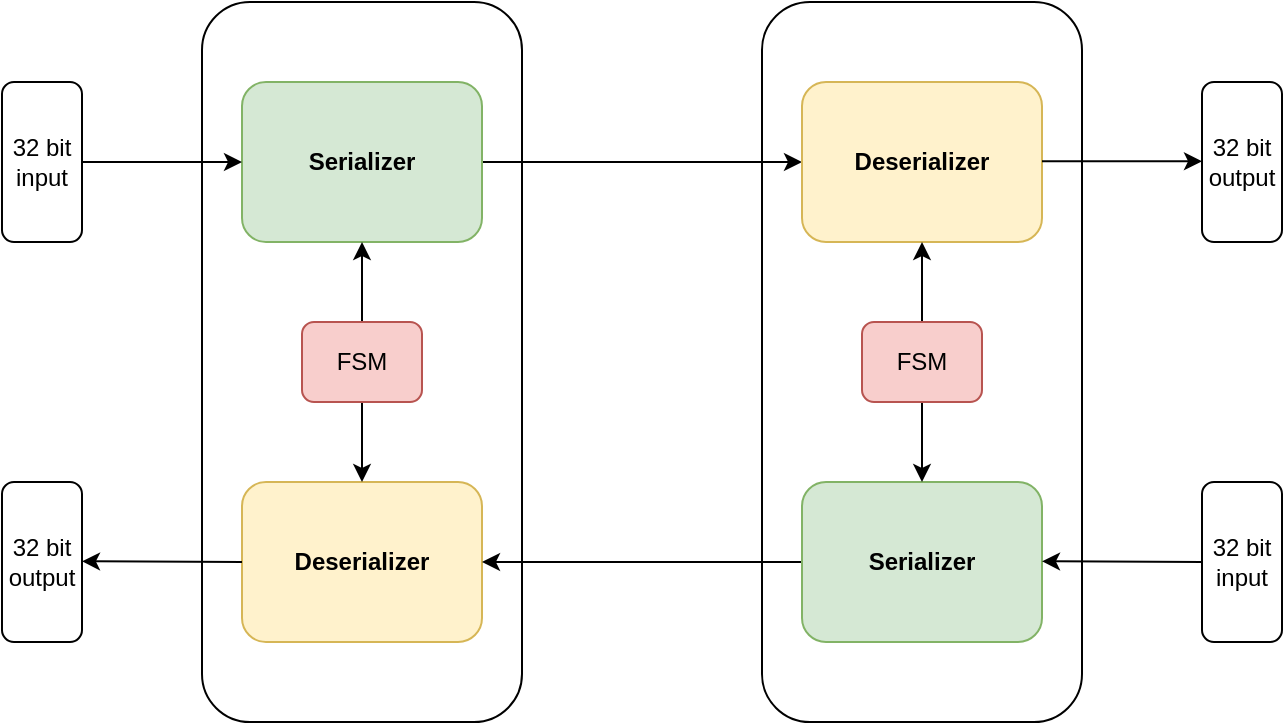
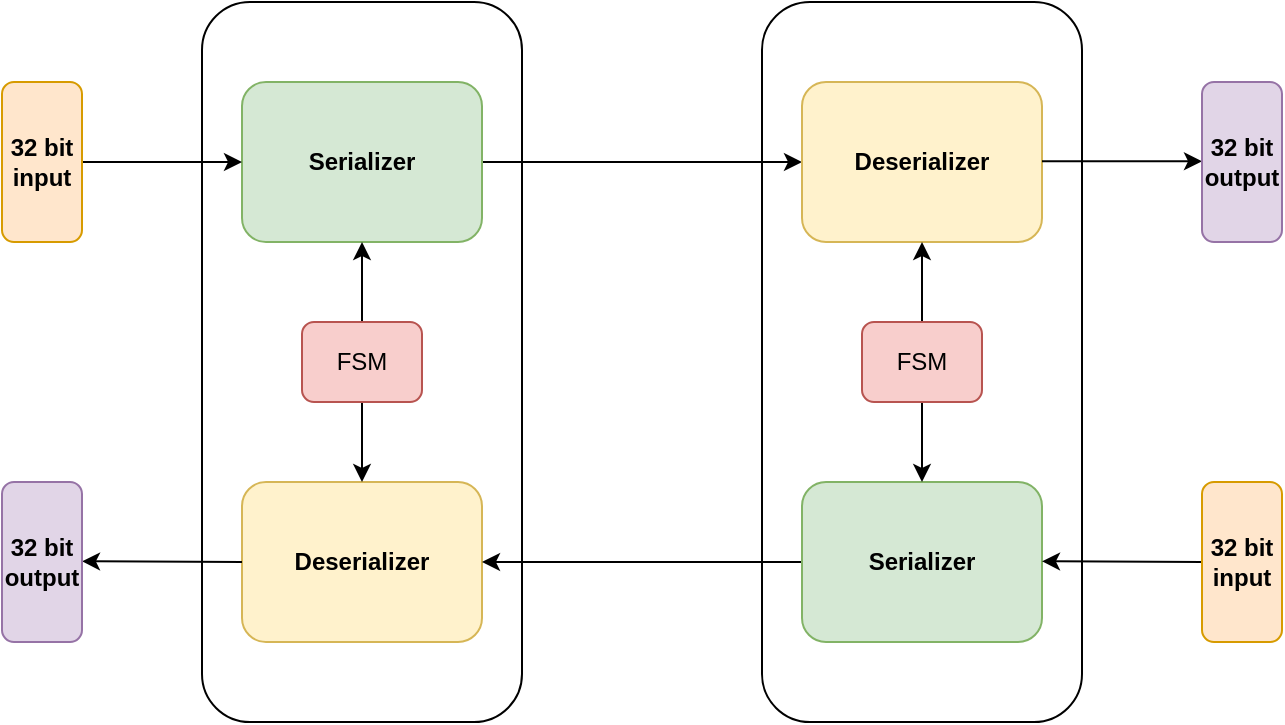
<mxfile host="app.diagrams.net">
  <diagram name="Page-1" id="W4ALeMc_fcv-iuW4_5jM">
-     <mxGraphModel dx="527" dy="762" grid="1" gridSize="10" guides="1" tooltips="1" connect="1" arrows="1" fold="1" page="1" pageScale="1" pageWidth="850" pageHeight="1100" math="0" shadow="0">
+     <mxGraphModel dx="764" dy="1105" grid="1" gridSize="10" guides="1" tooltips="1" connect="1" arrows="1" fold="1" page="1" pageScale="1" pageWidth="850" pageHeight="1100" math="0" shadow="0">
      <root>
        <mxCell id="0" />
        <mxCell id="1" parent="0" />
        <mxCell id="13rOEOkUA4Yrk083lLE4-12" parent="1" style="rounded=1;whiteSpace=wrap;html=1;" value="" vertex="1">
          <mxGeometry height="360" width="160" x="460" y="160" as="geometry" />
        </mxCell>
        <mxCell id="13rOEOkUA4Yrk083lLE4-11" parent="1" style="rounded=1;whiteSpace=wrap;html=1;" value="" vertex="1">
          <mxGeometry height="360" width="160" x="180" y="160" as="geometry" />
        </mxCell>
        <mxCell id="13rOEOkUA4Yrk083lLE4-9" edge="1" parent="1" source="D67Tu_U39foHL8RCta2M-1" style="edgeStyle=orthogonalEdgeStyle;rounded=0;orthogonalLoop=1;jettySize=auto;html=1;exitX=1;exitY=0.5;exitDx=0;exitDy=0;entryX=0;entryY=0.5;entryDx=0;entryDy=0;" target="13rOEOkUA4Yrk083lLE4-4">
          <mxGeometry relative="1" as="geometry" />
        </mxCell>
        <mxCell id="D67Tu_U39foHL8RCta2M-1" parent="1" style="rounded=1;whiteSpace=wrap;html=1;fontStyle=1;fillColor=#d5e8d4;strokeColor=#82b366;" value="Serializer" vertex="1">
          <mxGeometry height="80" width="120" x="200" y="200" as="geometry" />
        </mxCell>
        <mxCell id="D67Tu_U39foHL8RCta2M-2" parent="1" style="rounded=1;whiteSpace=wrap;html=1;fontStyle=1;fillColor=#fff2cc;strokeColor=#d6b656;" value="Deserializer" vertex="1">
          <mxGeometry height="80" width="120" x="200" y="400" as="geometry" />
        </mxCell>
        <mxCell id="13rOEOkUA4Yrk083lLE4-2" edge="1" parent="1" source="13rOEOkUA4Yrk083lLE4-1" style="edgeStyle=orthogonalEdgeStyle;rounded=0;orthogonalLoop=1;jettySize=auto;html=1;entryX=0.5;entryY=1;entryDx=0;entryDy=0;" target="D67Tu_U39foHL8RCta2M-1">
          <mxGeometry relative="1" as="geometry" />
        </mxCell>
        <mxCell id="13rOEOkUA4Yrk083lLE4-3" edge="1" parent="1" source="13rOEOkUA4Yrk083lLE4-1" style="edgeStyle=orthogonalEdgeStyle;rounded=0;orthogonalLoop=1;jettySize=auto;html=1;entryX=0.5;entryY=0;entryDx=0;entryDy=0;" target="D67Tu_U39foHL8RCta2M-2">
          <mxGeometry relative="1" as="geometry" />
        </mxCell>
        <mxCell id="13rOEOkUA4Yrk083lLE4-1" parent="1" style="rounded=1;whiteSpace=wrap;html=1;fillColor=#f8cecc;strokeColor=#b85450;" value="FSM" vertex="1">
          <mxGeometry height="40" width="60" x="230" y="320" as="geometry" />
        </mxCell>
        <mxCell id="13rOEOkUA4Yrk083lLE4-4" parent="1" style="rounded=1;whiteSpace=wrap;html=1;fontStyle=1;fillColor=#fff2cc;strokeColor=#d6b656;" value="Deserializer" vertex="1">
          <mxGeometry height="80" width="120" x="480" y="200" as="geometry" />
        </mxCell>
        <mxCell id="13rOEOkUA4Yrk083lLE4-10" edge="1" parent="1" source="13rOEOkUA4Yrk083lLE4-5" style="edgeStyle=orthogonalEdgeStyle;rounded=0;orthogonalLoop=1;jettySize=auto;html=1;entryX=1;entryY=0.5;entryDx=0;entryDy=0;" target="D67Tu_U39foHL8RCta2M-2">
          <mxGeometry relative="1" as="geometry" />
        </mxCell>
        <mxCell id="13rOEOkUA4Yrk083lLE4-5" parent="1" style="rounded=1;whiteSpace=wrap;html=1;fontStyle=1;fillColor=#d5e8d4;strokeColor=#82b366;" value="Serializer" vertex="1">
          <mxGeometry height="80" width="120" x="480" y="400" as="geometry" />
        </mxCell>
        <mxCell id="13rOEOkUA4Yrk083lLE4-6" edge="1" parent="1" source="13rOEOkUA4Yrk083lLE4-8" style="edgeStyle=orthogonalEdgeStyle;rounded=0;orthogonalLoop=1;jettySize=auto;html=1;entryX=0.5;entryY=1;entryDx=0;entryDy=0;" target="13rOEOkUA4Yrk083lLE4-4">
          <mxGeometry relative="1" as="geometry" />
        </mxCell>
        <mxCell id="13rOEOkUA4Yrk083lLE4-7" edge="1" parent="1" source="13rOEOkUA4Yrk083lLE4-8" style="edgeStyle=orthogonalEdgeStyle;rounded=0;orthogonalLoop=1;jettySize=auto;html=1;entryX=0.5;entryY=0;entryDx=0;entryDy=0;" target="13rOEOkUA4Yrk083lLE4-5">
          <mxGeometry relative="1" as="geometry" />
        </mxCell>
        <mxCell id="13rOEOkUA4Yrk083lLE4-8" parent="1" style="rounded=1;whiteSpace=wrap;html=1;fillColor=#f8cecc;strokeColor=#b85450;" value="FSM" vertex="1">
          <mxGeometry height="40" width="60" x="510" y="320" as="geometry" />
        </mxCell>
        <mxCell id="13rOEOkUA4Yrk083lLE4-13" edge="1" parent="1" style="endArrow=classic;html=1;rounded=0;" value="">
          <mxGeometry height="50" relative="1" width="50" as="geometry">
            <mxPoint x="120" y="240" as="sourcePoint" />
            <mxPoint x="200" y="240" as="targetPoint" />
          </mxGeometry>
        </mxCell>
        <mxCell id="13rOEOkUA4Yrk083lLE4-14" edge="1" parent="1" style="endArrow=classic;html=1;rounded=0;" value="">
          <mxGeometry height="50" relative="1" width="50" as="geometry">
            <mxPoint x="600" y="239.66" as="sourcePoint" />
            <mxPoint x="680" y="239.66" as="targetPoint" />
          </mxGeometry>
        </mxCell>
        <mxCell id="13rOEOkUA4Yrk083lLE4-15" edge="1" parent="1" style="endArrow=classic;html=1;rounded=0;" value="">
          <mxGeometry height="50" relative="1" width="50" as="geometry">
            <mxPoint x="680" y="440" as="sourcePoint" />
            <mxPoint x="600" y="439.65999999999997" as="targetPoint" />
          </mxGeometry>
        </mxCell>
        <mxCell id="13rOEOkUA4Yrk083lLE4-16" edge="1" parent="1" style="endArrow=classic;html=1;rounded=0;" value="">
          <mxGeometry height="50" relative="1" width="50" as="geometry">
            <mxPoint x="200" y="440" as="sourcePoint" />
            <mxPoint x="120" y="439.65999999999997" as="targetPoint" />
          </mxGeometry>
        </mxCell>
-         <mxCell id="13rOEOkUA4Yrk083lLE4-17" parent="1" style="rounded=1;whiteSpace=wrap;html=1;" value="32 bit input" vertex="1">
+         <mxCell id="13rOEOkUA4Yrk083lLE4-17" parent="1" style="rounded=1;whiteSpace=wrap;html=1;fillColor=#ffe6cc;strokeColor=#d79b00;fontStyle=1" value="32 bit input" vertex="1">
          <mxGeometry height="80" width="40" x="80" y="200" as="geometry" />
        </mxCell>
-         <mxCell id="13rOEOkUA4Yrk083lLE4-18" parent="1" style="rounded=1;whiteSpace=wrap;html=1;" value="32 bit output" vertex="1">
+         <mxCell id="13rOEOkUA4Yrk083lLE4-18" parent="1" style="rounded=1;whiteSpace=wrap;html=1;fillColor=#e1d5e7;strokeColor=#9673a6;fontStyle=1" value="32 bit output" vertex="1">
          <mxGeometry height="80" width="40" x="80" y="400" as="geometry" />
        </mxCell>
-         <mxCell id="13rOEOkUA4Yrk083lLE4-19" parent="1" style="rounded=1;whiteSpace=wrap;html=1;" value="32 bit output" vertex="1">
+         <mxCell id="13rOEOkUA4Yrk083lLE4-19" parent="1" style="rounded=1;whiteSpace=wrap;html=1;fillColor=#e1d5e7;strokeColor=#9673a6;fontStyle=1" value="32 bit output" vertex="1">
          <mxGeometry height="80" width="40" x="680" y="200" as="geometry" />
        </mxCell>
-         <mxCell id="13rOEOkUA4Yrk083lLE4-20" parent="1" style="rounded=1;whiteSpace=wrap;html=1;" value="32 bit input" vertex="1">
+         <mxCell id="13rOEOkUA4Yrk083lLE4-20" parent="1" style="rounded=1;whiteSpace=wrap;html=1;fillColor=#ffe6cc;strokeColor=#d79b00;fontStyle=1" value="32 bit input" vertex="1">
          <mxGeometry height="80" width="40" x="680" y="400" as="geometry" />
        </mxCell>
      </root>
    </mxGraphModel>
  </diagram>
</mxfile>
